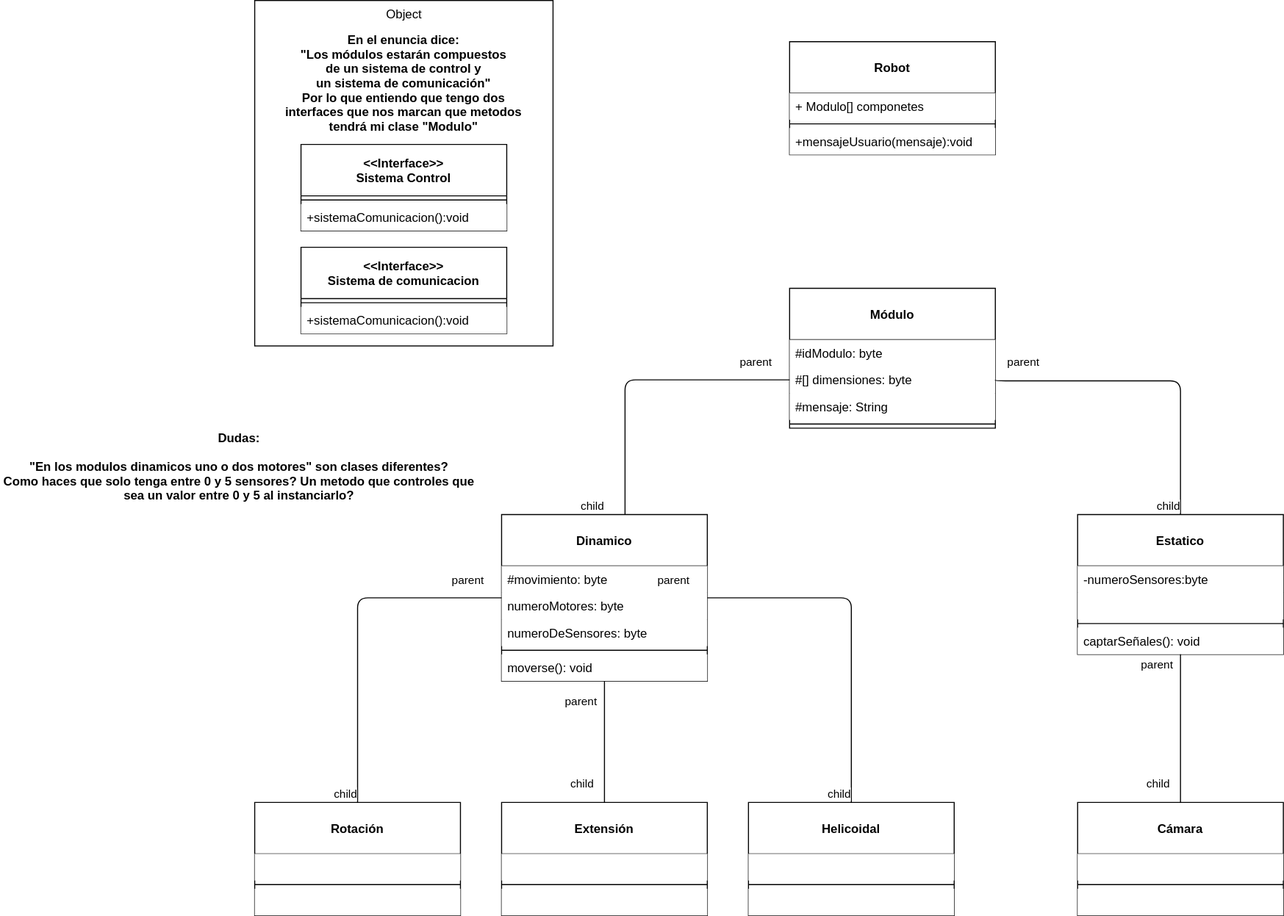
Above: Diagramas UML/Ejercicio 4.drawio.svg in MateoCarballo/Ejercicios-Diagramas-AulaVirtual (draw.io), before the change. Source tidied: cells renumbered, new cells last; positions are measured from the earlier drawing's top-left corner, leaving out a move shared by most shapes.
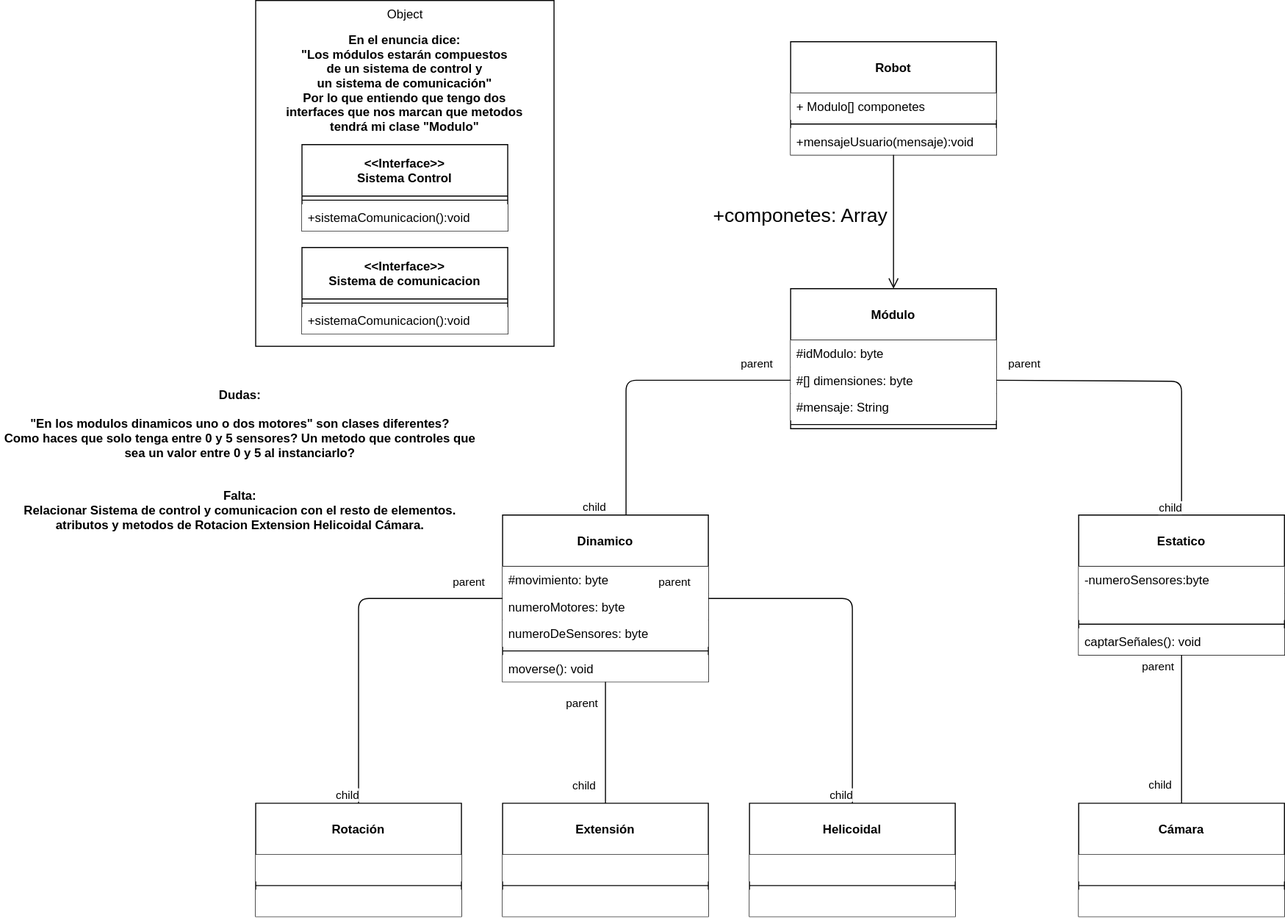
After the commit.

Diff of the diagram source:
```diff
@@ -228,8 +228,18 @@
     <mxCell id="63" value=" En el enuncia dice:&#10;&quot;Los módulos estarán compuestos&#10; de un sistema de control y&#10;un sistema de comunicación&quot;&#10;Por lo que entiendo que tengo dos&#10;interfaces que nos marcan que metodos&#10;tendrá mi clase &quot;Modulo&quot;" style="text;align=center;fontStyle=1;verticalAlign=middle;spacingLeft=3;spacingRight=3;strokeColor=none;labelBackgroundColor=#FFFFFF;fontSize=12;fontColor=#000000;fillColor=default;" parent="1" vertex="1">
       <mxGeometry x="160" y="70" width="190" height="20" as="geometry" />
     </mxCell>
-    <mxCell id="64" value="Dudas:&#10;&#10;&quot;En los modulos dinamicos uno o dos motores&quot; son clases diferentes?&#10;Como haces que solo tenga entre 0 y 5 sensores? Un metodo que controles que &#10;sea un valor entre 0 y 5 al instanciarlo?&#10;" style="text;align=center;fontStyle=1;verticalAlign=middle;spacingLeft=3;spacingRight=3;strokeColor=none;labelBackgroundColor=#FFFFFF;fontSize=12;fontColor=#000000;fillColor=default;" parent="1" vertex="1">
+    <mxCell id="64" value="Dudas:&#10;&#10;&quot;En los modulos dinamicos uno o dos motores&quot; son clases diferentes?&#10;Como haces que solo tenga entre 0 y 5 sensores? Un metodo que controles que &#10;sea un valor entre 0 y 5 al instanciarlo?&#10;&#10;&#10;Falta:&#10;Relacionar Sistema de control y comunicacion con el resto de elementos.&#10;atributos y metodos de Rotacion Extension Helicoidal Cámara.&#10;&#10;" style="text;align=center;fontStyle=1;verticalAlign=middle;spacingLeft=3;spacingRight=3;strokeColor=none;labelBackgroundColor=#FFFFFF;fontSize=12;fontColor=#000000;fillColor=default;" parent="1" vertex="1">
       <mxGeometry y="450" width="190" height="20" as="geometry" />
     </mxCell>
+    <mxCell id="65" style="endArrow=open;startArrow=none;endFill=0;startFill=0;endSize=8;html=1;verticalAlign=bottom;labelBackgroundColor=none;strokeWidth=1;entryX=0.5;entryY=0;entryDx=0;entryDy=0;" parent="1" edge="1" target="7">
+      <mxGeometry relative="1" as="geometry">
+        <mxPoint x="730" y="150" as="sourcePoint" />
+      </mxGeometry>
+    </mxCell>
+    <mxCell id="66" value="&lt;span style=&quot;font-size: 19px;&quot;&gt;+componetes: Array&lt;br&gt;&lt;/span&gt;" style="edgeLabel;html=1;align=left;verticalAlign=bottom;fillColor=default;labelBackgroundColor=none;" parent="1" vertex="1">
+      <mxGeometry x="440" y="430" as="geometry">
+        <mxPoint x="113" y="-208" as="offset" />
+      </mxGeometry>
+    </mxCell>
   </root>
 </mxGraphModel>
```
